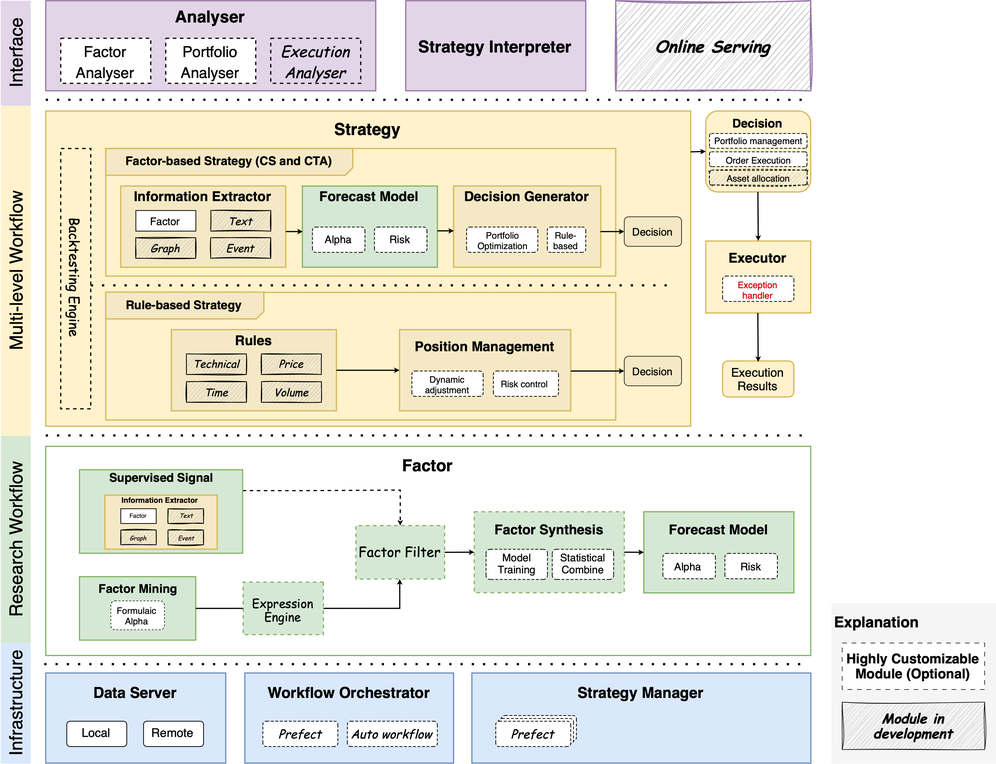
Earlier version of the draw.io export source/_static/img/platform-transparent.png (Mxyzptlk-Z/frozen-doc). Source tidied: cells renumbered, new cells last; positions are measured from the earlier drawing's top-left corner, leaving out a move shared by most shapes.
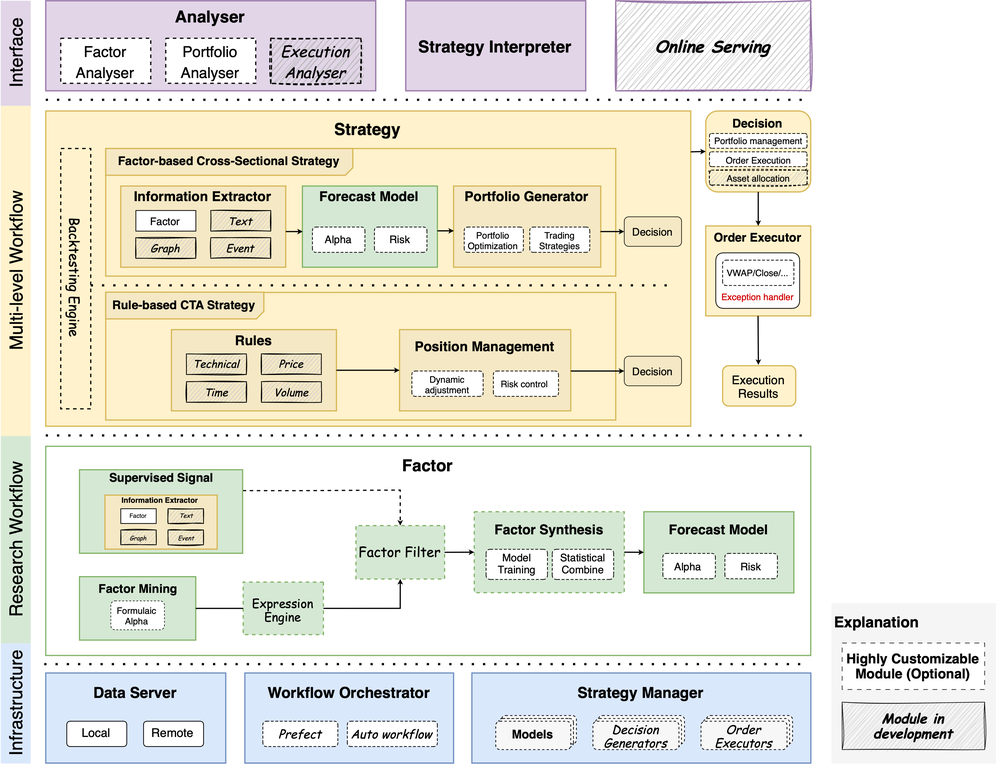
The same diagram one commit later.

Change to the diagram source:
```diff
@@ -11,7 +11,7 @@
     <mxCell id="4" value="&lt;font style=&quot;font-size: 10px;&quot;&gt;Portfolio Analyser&lt;/font&gt;" style="rounded=0;whiteSpace=wrap;html=1;dashed=1;strokeWidth=0.7874;" parent="1" vertex="1">
       <mxGeometry x="110" y="25" width="60" height="30" as="geometry" />
     </mxCell>
-    <mxCell id="5" value="&lt;font face=&quot;Comic Sans MS&quot; style=&quot;font-size: 10px;&quot;&gt;&lt;i&gt;Execution Analyser&lt;/i&gt;&lt;/font&gt;" style="rounded=0;whiteSpace=wrap;html=1;dashed=1;fillColor=#e1d5e7;strokeColor=#000000;strokeWidth=0.7874;" parent="1" vertex="1">
+    <mxCell id="5" value="&lt;font face=&quot;Comic Sans MS&quot; style=&quot;font-size: 10px;&quot;&gt;&lt;i&gt;Execution Analyser&lt;/i&gt;&lt;/font&gt;" style="rounded=0;whiteSpace=wrap;html=1;dashed=1;fillColor=#B8B8B8;strokeColor=#000000;strokeWidth=0.7874;fillStyle=auto;sketch=1;curveFitting=1;jiggle=1;" parent="1" vertex="1">
       <mxGeometry x="180" y="25" width="60" height="30" as="geometry" />
     </mxCell>
     <mxCell id="6" value="Interface" style="rounded=0;whiteSpace=wrap;html=1;horizontal=0;fillColor=#e1d5e7;strokeColor=none;" parent="1" vertex="1">
@@ -41,7 +41,7 @@
     <mxCell id="13" value="Backtesting Engine" style="rounded=0;whiteSpace=wrap;html=1;horizontal=0;fillColor=#fff2cc;strokeColor=#000000;fontSize=9;rotation=-180;fontFamily=Comic Sans MS;dashed=1;strokeWidth=0.7874;" parent="1" vertex="1">
       <mxGeometry x="40" y="98.4" width="20" height="173.4" as="geometry" />
     </mxCell>
-    <mxCell id="14" value="&lt;span style=&quot;font-size: 8px;&quot;&gt;Factor-based Strategy (CS and CTA)&lt;/span&gt;" style="shape=card;whiteSpace=wrap;html=1;rotation=90;flipH=1;size=5;horizontal=0;fontSize=8;fontStyle=1;fillColor=#F5E8C4;strokeColor=#d6b656;strokeWidth=0.7874;" parent="1" vertex="1">
+    <mxCell id="14" value="&lt;span style=&quot;font-size: 8px;&quot;&gt;Factor-based Cross-Sectional Strategy&lt;/span&gt;" style="shape=card;whiteSpace=wrap;html=1;rotation=90;flipH=1;size=5;horizontal=0;fontSize=8;fontStyle=1;fillColor=#F5E8C4;strokeColor=#d6b656;strokeWidth=0.7874;" parent="1" vertex="1">
       <mxGeometry x="143.4" y="25" width="17.8" height="164.7" as="geometry" />
     </mxCell>
     <mxCell id="15" value="Information Extractor&lt;div&gt;&lt;br&gt;&lt;/div&gt;&lt;div&gt;&lt;br&gt;&lt;/div&gt;&lt;div&gt;&lt;br&gt;&lt;/div&gt;&lt;div&gt;&lt;br&gt;&lt;/div&gt;" style="rounded=0;whiteSpace=wrap;html=1;fillColor=#F5E8C4;strokeColor=#d6b656;fontSize=9;fontStyle=1;verticalAlign=middle;strokeWidth=0.7874;" parent="1" vertex="1">
@@ -68,7 +68,7 @@
     <mxCell id="22" value="&lt;font style=&quot;font-size: 7px;&quot;&gt;&lt;span style=&quot;font-size: 7px;&quot;&gt;Risk&lt;/span&gt;&lt;/font&gt;" style="rounded=1;whiteSpace=wrap;html=1;fillColor=default;strokeColor=#000000;fontStyle=0;labelBackgroundColor=none;fillStyle=auto;gradientColor=none;sketch=1;curveFitting=1;jiggle=0;strokeWidth=0.5;fontSize=7;fontFamily=Helvetica;dashed=1;" parent="1" vertex="1">
       <mxGeometry x="249.1" y="150.8" width="35" height="16.9" as="geometry" />
     </mxCell>
-    <mxCell id="23" value="Decision Generator&lt;div&gt;&lt;br&gt;&lt;/div&gt;&lt;div&gt;&lt;br&gt;&lt;/div&gt;&lt;div&gt;&lt;br&gt;&lt;/div&gt;&lt;div&gt;&lt;br&gt;&lt;/div&gt;" style="rounded=0;whiteSpace=wrap;html=1;fillColor=#F5E8C4;strokeColor=#d6b656;fontSize=9;fontStyle=1;verticalAlign=middle;gradientColor=none;strokeWidth=0.7874;" parent="1" vertex="1">
+    <mxCell id="23" value="Portfolio Generator&lt;div&gt;&lt;br&gt;&lt;/div&gt;&lt;div&gt;&lt;br&gt;&lt;/div&gt;&lt;div&gt;&lt;br&gt;&lt;/div&gt;&lt;div&gt;&lt;br&gt;&lt;/div&gt;" style="rounded=0;whiteSpace=wrap;html=1;fillColor=#F5E8C4;strokeColor=#d6b656;fontSize=9;fontStyle=1;verticalAlign=middle;gradientColor=none;strokeWidth=0.7874;" parent="1" vertex="1">
       <mxGeometry x="301.9" y="123.4" width="98.1" height="54.1" as="geometry" />
     </mxCell>
     <mxCell id="24" style="endArrow=classic;html=1;rounded=0;endFill=1;endSize=1.1811;entryX=0.003;entryY=0.561;entryDx=0;entryDy=0;entryPerimeter=0;strokeWidth=0.7874;exitX=1;exitY=0.561;exitDx=0;exitDy=0;exitPerimeter=0;" parent="1" edge="1" source="15" target="20">
@@ -81,10 +81,10 @@
       </mxGeometry>
     </mxCell>
     <mxCell id="26" value="&lt;font style=&quot;font-size: 6px;&quot;&gt;&lt;span style=&quot;font-size: 6px;&quot;&gt;Portfolio Optimization&lt;/span&gt;&lt;/font&gt;" style="rounded=1;whiteSpace=wrap;html=1;fillColor=default;strokeColor=#000000;fontStyle=0;labelBackgroundColor=none;fillStyle=auto;gradientColor=none;sketch=1;curveFitting=1;jiggle=0;strokeWidth=0.5;fontSize=6;fontFamily=Helvetica;dashed=1;" parent="1" vertex="1">
-      <mxGeometry x="310.6" y="150.8" width="47.5" height="16.9" as="geometry" />
+      <mxGeometry x="309" y="150.8" width="39.5" height="16.9" as="geometry" />
     </mxCell>
-    <mxCell id="27" value="&lt;font style=&quot;font-size: 6px;&quot;&gt;&lt;span style=&quot;font-size: 6px;&quot;&gt;Rule-based&lt;/span&gt;&lt;/font&gt;" style="rounded=1;whiteSpace=wrap;html=1;fillColor=default;strokeColor=#000000;fontStyle=0;labelBackgroundColor=none;fillStyle=auto;gradientColor=none;sketch=1;curveFitting=1;jiggle=0;strokeWidth=0.5;fontSize=6;fontFamily=Helvetica;dashed=1;" parent="1" vertex="1">
-      <mxGeometry x="364.4" y="150.8" width="25.6" height="16.9" as="geometry" />
+    <mxCell id="27" value="Trading Strategies" style="rounded=1;whiteSpace=wrap;html=1;fillColor=default;strokeColor=#000000;fontStyle=0;labelBackgroundColor=none;fillStyle=auto;gradientColor=none;sketch=1;curveFitting=1;jiggle=0;strokeWidth=0.5;fontSize=6;fontFamily=Helvetica;dashed=1;" parent="1" vertex="1">
+      <mxGeometry x="352.7" y="150.8" width="40" height="16.9" as="geometry" />
     </mxCell>
     <mxCell id="28" style="endArrow=classic;html=1;rounded=0;endFill=1;endSize=1.1811;entryX=0;entryY=0.5;entryDx=0;entryDy=0;strokeWidth=0.7874;exitX=0.998;exitY=0.561;exitDx=0;exitDy=0;exitPerimeter=0;" parent="1" edge="1" source="23" target="29">
       <mxGeometry relative="1" as="geometry" />
@@ -101,7 +101,7 @@
     <mxCell id="31" style="rounded=0;whiteSpace=wrap;html=1;fillColor=#fff2cc;strokeColor=#d6b656;strokeWidth=0.7874;" parent="1" vertex="1">
       <mxGeometry x="70" y="194.3" width="340" height="85" as="geometry" />
     </mxCell>
-    <mxCell id="32" value="&lt;span style=&quot;font-size: 8px;&quot;&gt;Rule-based Strategy&lt;/span&gt;" style="shape=card;whiteSpace=wrap;html=1;rotation=90;flipH=1;size=5;horizontal=0;fontSize=8;fontStyle=1;fillColor=#F5E8C4;strokeColor=#d6b656;align=center;strokeWidth=0.7874;" parent="1" vertex="1">
+    <mxCell id="32" value="&lt;span style=&quot;font-size: 8px;&quot;&gt;Rule-based CTA Strategy&lt;/span&gt;" style="shape=card;whiteSpace=wrap;html=1;rotation=90;flipH=1;size=5;horizontal=0;fontSize=8;fontStyle=1;fillColor=#F5E8C4;strokeColor=#d6b656;align=center;strokeWidth=0.7874;" parent="1" vertex="1">
       <mxGeometry x="113.8" y="150.3" width="17.8" height="105.4" as="geometry" />
     </mxCell>
     <mxCell id="33" value="&lt;b style=&quot;font-size: 10px;&quot;&gt;&lt;font style=&quot;font-size: 10px;&quot;&gt;Explanation&lt;/font&gt;&lt;/b&gt;" style="rounded=0;whiteSpace=wrap;html=1;fillColor=#F5F5F5;strokeColor=none;align=left;verticalAlign=top;fontSize=10;" parent="1" vertex="1">
@@ -130,25 +130,24 @@
         <mxPoint x="460" y="100.7" as="sourcePoint" />
       </mxGeometry>
     </mxCell>
-    <mxCell id="41" value="Executor" style="rounded=0;whiteSpace=wrap;html=1;fillColor=#fff2cc;strokeColor=#d6b656;verticalAlign=top;fontSize=9;fontStyle=1;strokeWidth=0.7874;" parent="1" vertex="1">
-      <mxGeometry x="470" y="160.1" width="70" height="47.9" as="geometry" />
+    <mxCell id="41" value="Order Executor&lt;div&gt;&lt;br&gt;&lt;/div&gt;&lt;div&gt;&lt;br&gt;&lt;/div&gt;&lt;div&gt;&lt;br&gt;&lt;/div&gt;&lt;div&gt;&lt;br&gt;&lt;/div&gt;&lt;div&gt;&lt;br&gt;&lt;/div&gt;" style="rounded=0;whiteSpace=wrap;html=1;fillColor=#fff2cc;strokeColor=#d6b656;verticalAlign=middle;fontSize=8;fontStyle=1;strokeWidth=0.7874;" parent="1" vertex="1">
+      <mxGeometry x="470" y="150" width="70" height="59.9" as="geometry" />
     </mxCell>
-    <mxCell id="42" style="endArrow=classic;html=1;rounded=0;endFill=1;endSize=1.1811;strokeWidth=0.7874;" parent="1" edge="1">
+    <mxCell id="42" style="endArrow=classic;html=1;rounded=0;endFill=1;endSize=1.1811;strokeWidth=0.7874;exitX=0.5;exitY=1;exitDx=0;exitDy=0;" parent="1" edge="1" source="36">
       <mxGeometry relative="1" as="geometry">
-        <mxPoint x="504.8" y="127.4" as="sourcePoint" />
-        <mxPoint x="505" y="160" as="targetPoint" />
+        <mxPoint x="505" y="150" as="targetPoint" />
       </mxGeometry>
     </mxCell>
-    <mxCell id="43" value="&lt;font style=&quot;font-size: 6px;&quot;&gt;&lt;span style=&quot;font-size: 6px;&quot;&gt;Exception handler&lt;/span&gt;&lt;/font&gt;" style="rounded=1;whiteSpace=wrap;html=1;fillColor=default;strokeColor=#000000;fontStyle=0;labelBackgroundColor=none;fillStyle=auto;gradientColor=none;sketch=1;curveFitting=1;jiggle=0;strokeWidth=0.5;fontSize=6;fontFamily=Helvetica;dashed=1;fontColor=#D10000;" parent="1" vertex="1">
-      <mxGeometry x="481.3" y="183.4" width="47.5" height="16.9" as="geometry" />
+    <mxCell id="43" value="&lt;div&gt;&lt;font style=&quot;font-size: 6px;&quot;&gt;&lt;span style=&quot;font-size: 6px;&quot;&gt;&lt;br&gt;&lt;/span&gt;&lt;/font&gt;&lt;/div&gt;&lt;div&gt;&lt;font style=&quot;font-size: 6px;&quot;&gt;&lt;span style=&quot;font-size: 6px;&quot;&gt;&lt;br&gt;&lt;/span&gt;&lt;/font&gt;&lt;/div&gt;&lt;font style=&quot;font-size: 6px;&quot;&gt;&lt;span style=&quot;font-size: 6px;&quot;&gt;&lt;div&gt;&lt;br&gt;&lt;/div&gt;Exception handler&lt;/span&gt;&lt;/font&gt;" style="rounded=1;whiteSpace=wrap;html=1;fillColor=default;strokeColor=#000000;fontStyle=0;labelBackgroundColor=none;fillStyle=auto;gradientColor=none;sketch=1;curveFitting=1;jiggle=0;strokeWidth=0.5;fontSize=6;fontFamily=Helvetica;fontColor=#D10000;" parent="1" vertex="1">
+      <mxGeometry x="476.7" y="168" width="55.9" height="37" as="geometry" />
     </mxCell>
     <mxCell id="44" value="Execution Results" style="rounded=1;whiteSpace=wrap;html=1;fillColor=#fff2cc;strokeColor=#d6b656;fontStyle=0;fontSize=8;verticalAlign=middle;strokeWidth=0.7874;" parent="1" vertex="1">
-      <mxGeometry x="481.2" y="240" width="47.5" height="23.9" as="geometry" />
+      <mxGeometry x="481.2" y="243.1" width="48.8" height="26.9" as="geometry" />
     </mxCell>
     <mxCell id="45" style="endArrow=classic;html=1;rounded=0;endFill=1;endSize=1.1811;strokeWidth=0.7874;" parent="1" edge="1">
       <mxGeometry relative="1" as="geometry">
-        <mxPoint x="504.7" y="208" as="sourcePoint" />
-        <mxPoint x="505" y="240.6" as="targetPoint" />
+        <mxPoint x="504.9" y="210" as="sourcePoint" />
+        <mxPoint x="505.1" y="242.6" as="targetPoint" />
       </mxGeometry>
     </mxCell>
     <mxCell id="46" value="Research Workflow" style="rounded=0;whiteSpace=wrap;html=1;horizontal=0;fillColor=#d5e8d4;strokeColor=none;" parent="1" vertex="1">
@@ -266,14 +265,14 @@
     <mxCell id="78" value="Prefect" style="rounded=1;whiteSpace=wrap;html=1;fillColor=default;strokeColor=#000000;fontStyle=2;labelBackgroundColor=none;fillStyle=auto;gradientColor=none;sketch=1;curveFitting=1;jiggle=0;strokeWidth=0.5;fontSize=8;fontFamily=Comic Sans MS;dashed=1;" parent="1" vertex="1">
       <mxGeometry x="174.7" y="480" width="50" height="16.9" as="geometry" />
     </mxCell>
-    <mxCell id="79" style="rounded=1;whiteSpace=wrap;html=1;fillColor=default;strokeColor=#000000;fontStyle=2;labelBackgroundColor=none;fillStyle=auto;gradientColor=none;sketch=1;curveFitting=1;jiggle=0;strokeWidth=0.5;fontSize=8;fontFamily=Comic Sans MS;dashed=1;" parent="1" vertex="1">
-      <mxGeometry x="333.8" y="476.2" width="50" height="16.9" as="geometry" />
+    <mxCell id="79" style="rounded=1;whiteSpace=wrap;html=1;fillColor=#F7F7F7;strokeColor=#000000;fontStyle=2;labelBackgroundColor=none;fillStyle=auto;gradientColor=none;strokeWidth=0.5;fontSize=8;fontFamily=Comic Sans MS;dashed=1;" parent="1" vertex="1">
+      <mxGeometry x="333.8" y="476.2" width="50" height="18.9" as="geometry" />
     </mxCell>
-    <mxCell id="80" style="rounded=1;whiteSpace=wrap;html=1;fillColor=default;strokeColor=#000000;fontStyle=2;labelBackgroundColor=none;fillStyle=auto;gradientColor=none;sketch=1;curveFitting=1;jiggle=0;strokeWidth=0.5;fontSize=8;fontFamily=Comic Sans MS;dashed=1;" parent="1" vertex="1">
-      <mxGeometry x="331.8" y="478.2" width="50" height="16.9" as="geometry" />
+    <mxCell id="80" style="rounded=1;whiteSpace=wrap;html=1;fillColor=#F7F7F7;strokeColor=#000000;fontStyle=2;labelBackgroundColor=none;fillStyle=auto;gradientColor=none;sketch=1;curveFitting=1;jiggle=0;strokeWidth=0.5;fontSize=8;fontFamily=Comic Sans MS;dashed=1;" parent="1" vertex="1">
+      <mxGeometry x="331.8" y="478.2" width="50" height="18.9" as="geometry" />
     </mxCell>
-    <mxCell id="81" value="Prefect" style="rounded=1;whiteSpace=wrap;html=1;fillColor=default;strokeColor=#000000;fontStyle=2;labelBackgroundColor=none;fillStyle=auto;gradientColor=none;sketch=1;curveFitting=1;jiggle=0;strokeWidth=0.5;fontSize=8;fontFamily=Comic Sans MS;dashed=1;" parent="1" vertex="1">
-      <mxGeometry x="330" y="480" width="50" height="16.9" as="geometry" />
+    <mxCell id="81" value="Models" style="rounded=1;whiteSpace=wrap;html=1;fillColor=#F7F7F7;strokeColor=#000000;fontStyle=1;labelBackgroundColor=none;fillStyle=auto;gradientColor=none;strokeWidth=0.5;fontSize=8;fontFamily=Helvetica;dashed=1;" parent="1" vertex="1">
+      <mxGeometry x="330" y="480" width="50" height="18.9" as="geometry" />
     </mxCell>
     <mxCell id="82" value="Rules&lt;div&gt;&lt;br&gt;&lt;/div&gt;&lt;div&gt;&lt;br&gt;&lt;/div&gt;&lt;div&gt;&lt;br&gt;&lt;/div&gt;&lt;div&gt;&lt;br&gt;&lt;/div&gt;" style="rounded=0;whiteSpace=wrap;html=1;fillColor=#F5E8C4;strokeColor=#d6b656;fontSize=9;fontStyle=1;verticalAlign=middle;strokeWidth=0.7874;" parent="1" vertex="1">
       <mxGeometry x="113.8" y="219.1" width="110" height="54.1" as="geometry" />
@@ -310,5 +309,26 @@
         <mxPoint x="380" y="246.7" as="sourcePoint" />
       </mxGeometry>
     </mxCell>
+    <mxCell id="93" value="&lt;font style=&quot;font-size: 6px;&quot;&gt;&lt;span style=&quot;font-size: 6px;&quot;&gt;VWAP/Close/...&lt;/span&gt;&lt;/font&gt;" style="rounded=1;whiteSpace=wrap;html=1;fillColor=default;strokeColor=#000000;fontStyle=0;labelBackgroundColor=none;fillStyle=auto;gradientColor=none;sketch=1;curveFitting=1;jiggle=0;strokeWidth=0.5;fontSize=6;fontFamily=Helvetica;dashed=1;fontColor=#000000;" parent="1" vertex="1">
+      <mxGeometry x="481.3" y="172.8" width="47.5" height="16.9" as="geometry" />
+    </mxCell>
+    <mxCell id="94" style="rounded=1;whiteSpace=wrap;html=1;fillColor=#F7F7F7;strokeColor=#000000;fontStyle=2;labelBackgroundColor=none;fillStyle=auto;gradientColor=none;strokeWidth=0.5;fontSize=8;fontFamily=Comic Sans MS;dashed=1;" parent="1" vertex="1">
+      <mxGeometry x="398.3" y="476.2" width="57.5" height="18.9" as="geometry" />
+    </mxCell>
+    <mxCell id="95" style="rounded=1;whiteSpace=wrap;html=1;fillColor=#F7F7F7;strokeColor=#000000;fontStyle=2;labelBackgroundColor=none;fillStyle=auto;gradientColor=none;strokeWidth=0.5;fontSize=8;fontFamily=Comic Sans MS;dashed=1;" parent="1" vertex="1">
+      <mxGeometry x="396.4" y="478.2" width="57.5" height="18.9" as="geometry" />
+    </mxCell>
+    <mxCell id="96" value="Decision Generators" style="rounded=1;whiteSpace=wrap;html=1;fillColor=#F7F7F7;strokeColor=#000000;fontStyle=2;labelBackgroundColor=none;fillStyle=auto;gradientColor=none;strokeWidth=0.5;fontSize=8;fontFamily=Comic Sans MS;dashed=1;" parent="1" vertex="1">
+      <mxGeometry x="394.8" y="480" width="57.3" height="18.9" as="geometry" />
+    </mxCell>
+    <mxCell id="97" style="rounded=1;whiteSpace=wrap;html=1;fillColor=#F7F7F7;strokeColor=#000000;fontStyle=2;labelBackgroundColor=none;fillStyle=auto;gradientColor=none;strokeWidth=0.5;fontSize=8;fontFamily=Comic Sans MS;dashed=1;" parent="1" vertex="1">
+      <mxGeometry x="470.4" y="476.2" width="57.5" height="18.9" as="geometry" />
+    </mxCell>
+    <mxCell id="98" style="rounded=1;whiteSpace=wrap;html=1;fillColor=#F7F7F7;strokeColor=#000000;fontStyle=2;labelBackgroundColor=none;fillStyle=auto;gradientColor=none;strokeWidth=0.5;fontSize=8;fontFamily=Comic Sans MS;dashed=1;" parent="1" vertex="1">
+      <mxGeometry x="468.4" y="478.2" width="57.5" height="18.9" as="geometry" />
+    </mxCell>
+    <mxCell id="99" value="Order Executors" style="rounded=1;whiteSpace=wrap;html=1;fillColor=#F7F7F7;strokeColor=#000000;fontStyle=2;labelBackgroundColor=none;fillStyle=auto;gradientColor=none;strokeWidth=0.5;fontSize=8;fontFamily=Comic Sans MS;dashed=1;" parent="1" vertex="1">
+      <mxGeometry x="466.8" y="480" width="57.3" height="18.9" as="geometry" />
+    </mxCell>
   </root>
 </mxGraphModel>
```
